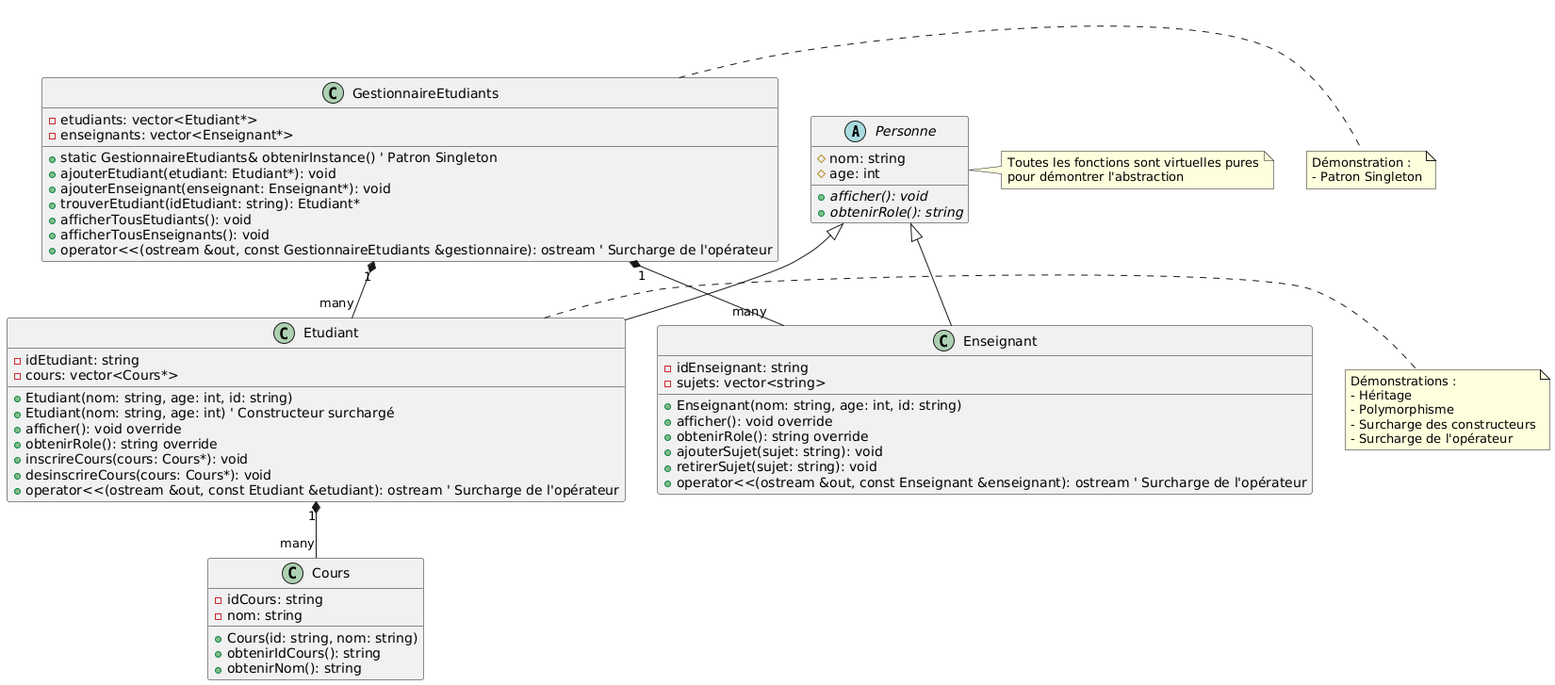
This is UML.png from Ramiu88/student-manager, a PlantUML export, as it was before one commit.
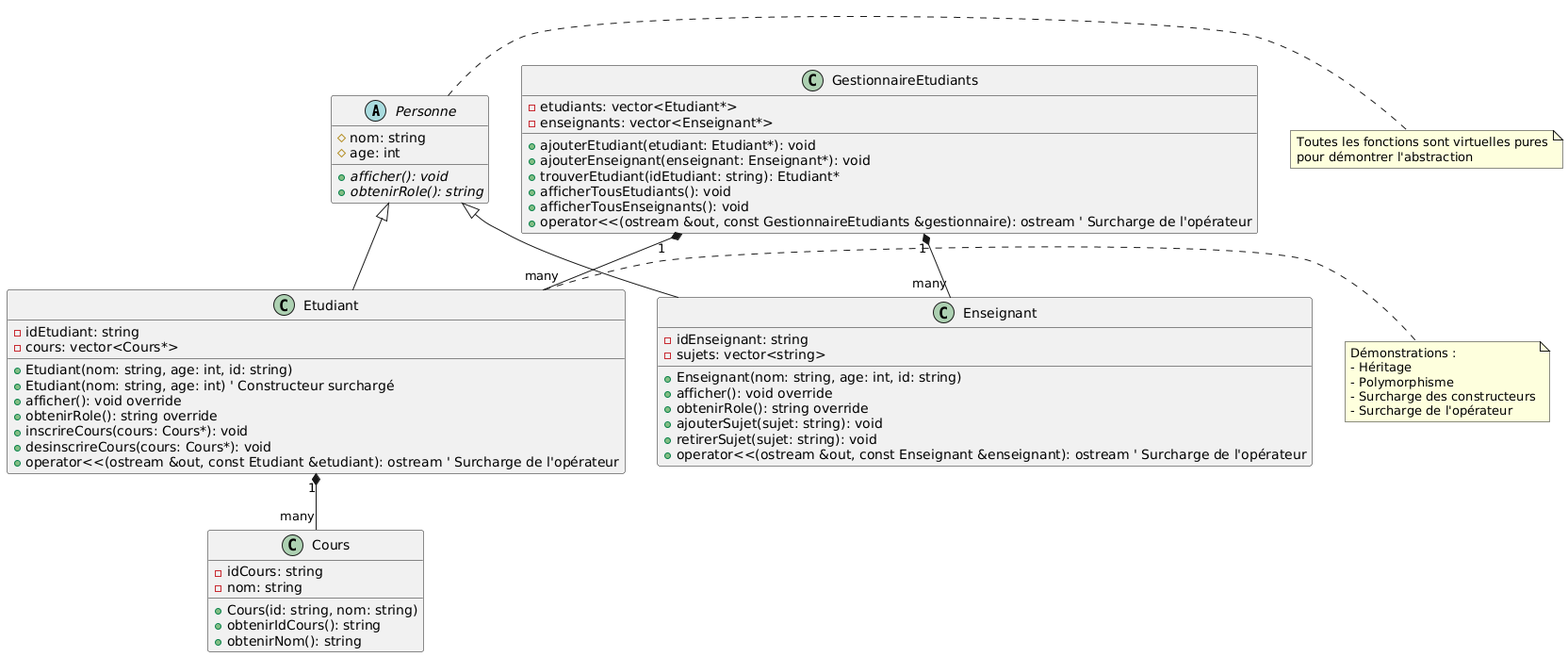
Above is the later version.

Change to the diagram source:
```diff
@@ -40,7 +40,6 @@
 class GestionnaireEtudiants {
   - etudiants: vector<Etudiant*>
   - enseignants: vector<Enseignant*>
-  + static GestionnaireEtudiants& obtenirInstance() ' Patron Singleton
   + ajouterEtudiant(etudiant: Etudiant*): void
   + ajouterEnseignant(enseignant: Enseignant*): void
   + trouverEtudiant(idEtudiant: string): Etudiant*
@@ -67,9 +66,4 @@
   - Surcharge des constructeurs
   - Surcharge de l'opérateur
 end note
-
-note right of GestionnaireEtudiants
-  Démonstration :
-  - Patron Singleton
-end note
 @enduml
```
